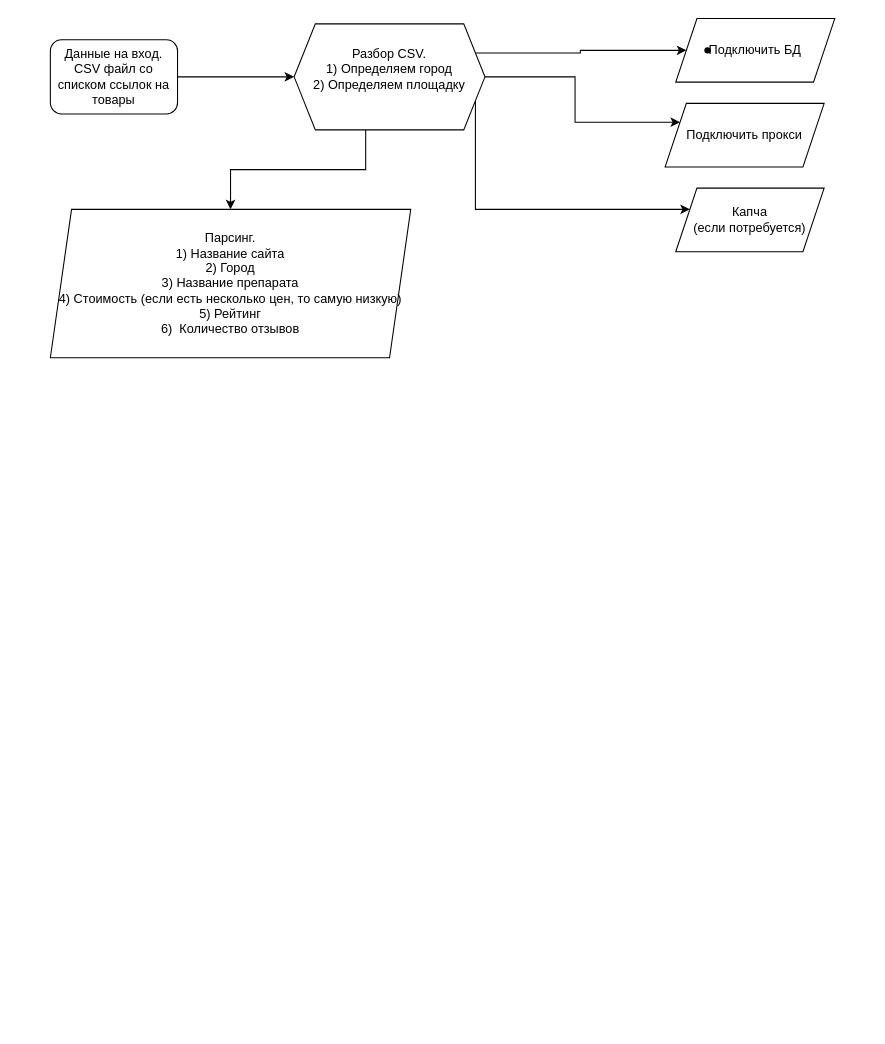
Above: Project.drawio in seikacu/drug_price_parser (draw.io), before the change. Source tidied: cells renumbered, new cells numbered last; positions are measured from the earlier drawing's top-left corner, leaving out a move shared by most shapes. Both pictures are drawn from the tidied source at 106%, with x=0, y=0 at pixel (50, 18).
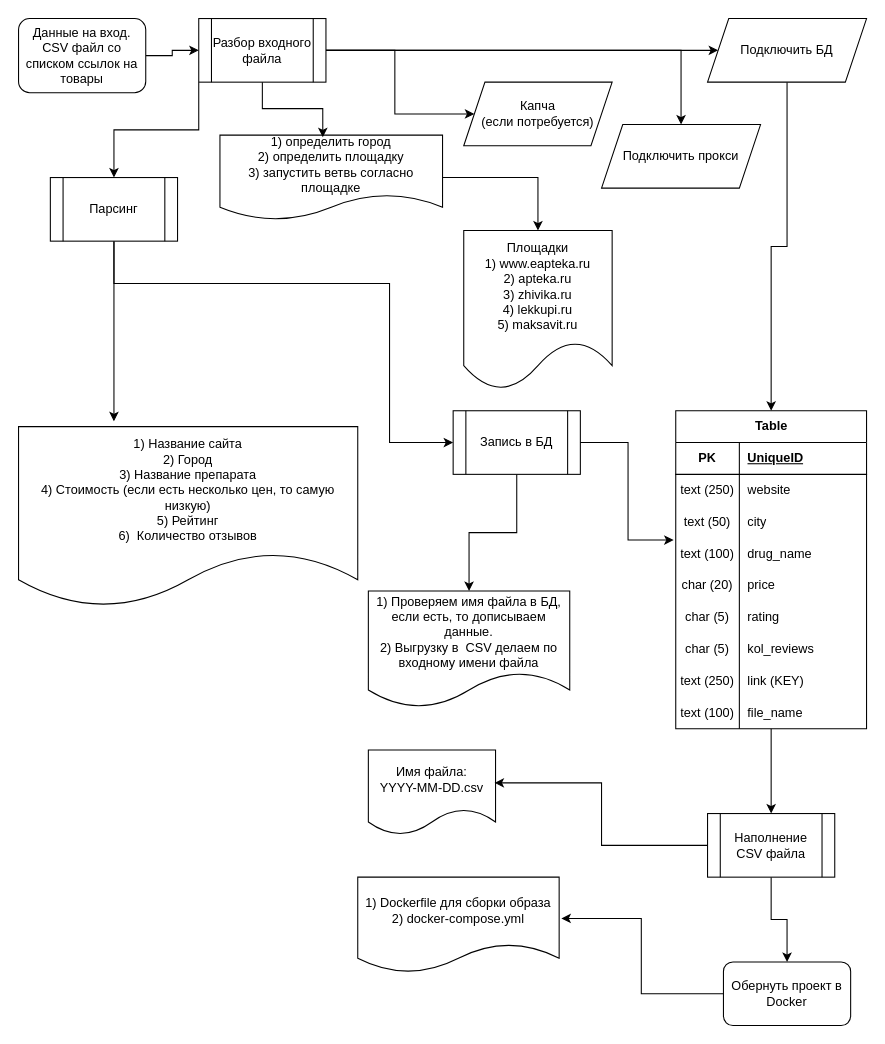
Above is the later version.

Diff of the diagram source:
```diff
@@
-    <mxCell id="2" style="edgeStyle=orthogonalEdgeStyle;rounded=0;jettySize=auto;html=1;" parent="1" edge="1" source="3" target="8">
-      <mxGeometry relative="1" as="geometry" />
-    </mxCell>
+    <mxCell id="14" style="edgeStyle=orthogonalEdgeStyle;rounded=0;jettySize=auto;html=1;exitX=1;exitY=0.5;exitDx=0;exitDy=0;entryX=0;entryY=0.5;entryDx=0;entryDy=0;" parent="1" edge="1" source="3" target="35">
+      <mxGeometry relative="1" as="geometry" />
+    </mxCell>
     <mxCell id="3" value="Данные на вход. CSV файл со списком ссылок на товары&lt;br&gt;" style="rounded=1;whiteSpace=wrap;html=1;fontSize=12;glass=0;strokeWidth=1;shadow=0;" parent="1" vertex="1">
-      <mxGeometry y="20" width="120" height="70" as="geometry" />
+      <mxGeometry x="-30" width="120" height="70" as="geometry" />
     </mxCell>
-    <mxCell id="4" style="edgeStyle=orthogonalEdgeStyle;rounded=0;jettySize=auto;html=1;exitX=1;exitY=0.25;exitDx=0;exitDy=0;entryX=0;entryY=0.5;entryDx=0;entryDy=0;" parent="1" edge="1" source="8" target="10">
-      <mxGeometry relative="1" as="geometry" />
-    </mxCell>
-    <mxCell id="5" style="edgeStyle=orthogonalEdgeStyle;rounded=0;jettySize=auto;html=1;exitX=1;exitY=0.5;exitDx=0;exitDy=0;entryX=0;entryY=0.25;entryDx=0;entryDy=0;" parent="1" edge="1" source="8" target="11">
-      <mxGeometry relative="1" as="geometry" />
-    </mxCell>
-    <mxCell id="6" style="edgeStyle=orthogonalEdgeStyle;rounded=0;jettySize=auto;html=1;exitX=1;exitY=0.75;exitDx=0;exitDy=0;" parent="1" edge="1" source="8" target="13">
-      <mxGeometry relative="1" as="geometry">
-        <Array as="points">
-          <mxPoint x="401" y="180" />
-        </Array>
-      </mxGeometry>
-    </mxCell>
-    <mxCell id="7" style="edgeStyle=orthogonalEdgeStyle;rounded=0;jettySize=auto;html=1;exitX=0.375;exitY=1;exitDx=0;exitDy=0;entryX=0.5;entryY=0;entryDx=0;entryDy=0;" parent="1" edge="1" source="8" target="9">
-      <mxGeometry relative="1" as="geometry" />
-    </mxCell>
-    <mxCell id="8" value="Разбор CSV.&lt;br style=&quot;border-color: var(--border-color);&quot;&gt;1) Определяем город&lt;br style=&quot;border-color: var(--border-color);&quot;&gt;2) Определяем площадку&lt;br style=&quot;border-color: var(--border-color);&quot;&gt;&amp;nbsp;" style="shape=hexagon;perimeter=hexagonPerimeter2;whiteSpace=wrap;html=1;fixedSize=1;" parent="1" vertex="1">
-      <mxGeometry x="230" y="5" width="180" height="100" as="geometry" />
-    </mxCell>
-    <mxCell id="9" value="Парсинг.&lt;br&gt;&lt;span style=&quot;background-color: initial;&quot;&gt;1)&amp;nbsp;Название сайта&lt;/span&gt;&lt;br&gt;&lt;div style=&quot;&quot;&gt;&lt;span style=&quot;background-color: initial;&quot;&gt;2)&amp;nbsp;Город&lt;/span&gt;&lt;/div&gt;&lt;div style=&quot;&quot;&gt;&lt;span style=&quot;background-color: initial;&quot;&gt;3)&amp;nbsp;Название препарата&lt;/span&gt;&lt;/div&gt;4)&amp;nbsp;Стоимость (если есть несколько цен, то самую низкую)&lt;br&gt;&lt;div style=&quot;&quot;&gt;5)&amp;nbsp;Рейтинг&lt;br&gt;&lt;/div&gt;&lt;div style=&quot;&quot;&gt;6)&amp;nbsp;&amp;nbsp;Количество отзывов&lt;br&gt;&lt;/div&gt;" style="shape=parallelogram;perimeter=parallelogramPerimeter;whiteSpace=wrap;html=1;fixedSize=1;" parent="1" vertex="1">
-      <mxGeometry y="180" width="340" height="140" as="geometry" />
-    </mxCell>
+    <mxCell id="15" style="edgeStyle=orthogonalEdgeStyle;rounded=0;jettySize=auto;html=1;entryX=0.5;entryY=0;entryDx=0;entryDy=0;" parent="1" edge="1" source="10" target="42">
+      <mxGeometry relative="1" as="geometry" />
+    </mxCell>
     <mxCell id="10" value="Подключить БД" style="shape=parallelogram;perimeter=parallelogramPerimeter;whiteSpace=wrap;html=1;fixedSize=1;" parent="1" vertex="1">
-      <mxGeometry x="590" width="150" height="60" as="geometry" />
+      <mxGeometry x="620" width="150" height="60" as="geometry" />
     </mxCell>
     <mxCell id="11" value="Подключить прокси" style="shape=parallelogram;perimeter=parallelogramPerimeter;whiteSpace=wrap;html=1;fixedSize=1;" parent="1" vertex="1">
-      <mxGeometry x="580" y="80" width="150" height="60" as="geometry" />
+      <mxGeometry x="520" y="100" width="150" height="60" as="geometry" />
     </mxCell>
-    <mxCell id="12" style="shape=waypoint;sketch=0;size=6;fillColor=default;perimeter=centerPerimeter;" parent="1" vertex="1">
-      <mxGeometry x="610" y="20" width="20" height="20" as="geometry" />
-    </mxCell>
     <mxCell id="13" value="Капча&lt;br&gt;(если потребуется)" style="shape=parallelogram;perimeter=parallelogramPerimeter;whiteSpace=wrap;html=1;fixedSize=1;" parent="1" vertex="1">
-      <mxGeometry x="590" y="160" width="140" height="60" as="geometry" />
+      <mxGeometry x="390" y="60" width="140" height="60" as="geometry" />
     </mxCell>
+    <mxCell id="16" style="edgeStyle=orthogonalEdgeStyle;rounded=0;jettySize=auto;html=1;entryX=0.5;entryY=0;entryDx=0;entryDy=0;" parent="1" edge="1" source="42" target="23">
+      <mxGeometry relative="1" as="geometry" />
+    </mxCell>
+    <mxCell id="17" style="edgeStyle=orthogonalEdgeStyle;rounded=0;orthogonalLoop=1;jettySize=auto;html=1;exitX=0.5;exitY=1;exitDx=0;exitDy=0;" parent="1" edge="1">
+      <mxGeometry relative="1" as="geometry">
+        <mxPoint x="170" y="320" as="sourcePoint" />
+        <mxPoint x="170" y="320" as="targetPoint" />
+      </mxGeometry>
+    </mxCell>
+    <mxCell id="18" style="edgeStyle=orthogonalEdgeStyle;rounded=0;jettySize=auto;html=1;exitX=0.5;exitY=1;exitDx=0;exitDy=0;entryX=0.5;entryY=0;entryDx=0;entryDy=0;" parent="1" edge="1" source="19" target="21">
+      <mxGeometry relative="1" as="geometry" />
+    </mxCell>
+    <mxCell id="19" value="Запись в БД" style="shape=process;whiteSpace=wrap;html=1;backgroundOutline=1;" parent="1" vertex="1">
+      <mxGeometry x="380" y="370" width="120" height="60" as="geometry" />
+    </mxCell>
+    <mxCell id="20" style="edgeStyle=orthogonalEdgeStyle;rounded=0;jettySize=auto;html=1;exitX=1;exitY=0.5;exitDx=0;exitDy=0;entryX=-0.011;entryY=0.067;entryDx=0;entryDy=0;entryPerimeter=0;" parent="1" edge="1" source="19" target="52">
+      <mxGeometry relative="1" as="geometry" />
+    </mxCell>
+    <mxCell id="21" value="1) Проверяем имя файла в БД, если есть, то дописываем данные.&lt;br&gt;2) Выгрузку в&amp;nbsp; CSV делаем по входному имени файла" style="shape=document;whiteSpace=wrap;html=1;boundedLbl=1;" parent="1" vertex="1">
+      <mxGeometry x="300" y="540" width="190" height="110" as="geometry" />
+    </mxCell>
+    <mxCell id="22" style="edgeStyle=orthogonalEdgeStyle;rounded=0;jettySize=auto;html=1;entryX=0.5;entryY=0;entryDx=0;entryDy=0;" parent="1" edge="1" source="23" target="30">
+      <mxGeometry relative="1" as="geometry" />
+    </mxCell>
+    <mxCell id="23" value="Наполнение CSV файла" style="shape=process;whiteSpace=wrap;html=1;backgroundOutline=1;" parent="1" vertex="1">
+      <mxGeometry x="620" y="750" width="120" height="60" as="geometry" />
+    </mxCell>
+    <mxCell id="24" value="1)&amp;nbsp;Название сайта&lt;br style=&quot;border-color: var(--border-color);&quot;&gt;&lt;div style=&quot;border-color: var(--border-color);&quot;&gt;&lt;span style=&quot;border-color: var(--border-color); background-color: initial;&quot;&gt;2)&amp;nbsp;Город&lt;/span&gt;&lt;/div&gt;&lt;div style=&quot;border-color: var(--border-color);&quot;&gt;&lt;span style=&quot;border-color: var(--border-color); background-color: initial;&quot;&gt;3)&amp;nbsp;Название препарата&lt;/span&gt;&lt;/div&gt;4)&amp;nbsp;Стоимость (если есть несколько цен, то самую низкую)&lt;br style=&quot;border-color: var(--border-color);&quot;&gt;&lt;div style=&quot;border-color: var(--border-color);&quot;&gt;5)&amp;nbsp;Рейтинг&lt;br style=&quot;border-color: var(--border-color);&quot;&gt;&lt;/div&gt;&lt;div style=&quot;border-color: var(--border-color);&quot;&gt;6)&amp;nbsp;&amp;nbsp;Количество отзывов&lt;/div&gt;" style="shape=document;whiteSpace=wrap;html=1;boundedLbl=1;" parent="1" vertex="1">
+      <mxGeometry x="-30" y="385" width="320" height="170" as="geometry" />
+    </mxCell>
+    <mxCell id="25" style="edgeStyle=orthogonalEdgeStyle;rounded=0;jettySize=auto;html=1;" parent="1" edge="1" source="27">
+      <mxGeometry relative="1" as="geometry">
+        <mxPoint x="60" y="380" as="targetPoint" />
+      </mxGeometry>
+    </mxCell>
+    <mxCell id="26" style="edgeStyle=orthogonalEdgeStyle;rounded=0;jettySize=auto;html=1;entryX=0;entryY=0.5;entryDx=0;entryDy=0;" parent="1" edge="1" source="27" target="19">
+      <mxGeometry relative="1" as="geometry">
+        <Array as="points">
+          <mxPoint x="60" y="250" />
+          <mxPoint x="320" y="250" />
+          <mxPoint x="320" y="400" />
+        </Array>
+      </mxGeometry>
+    </mxCell>
+    <mxCell id="27" value="Парсинг" style="shape=process;whiteSpace=wrap;html=1;backgroundOutline=1;" parent="1" vertex="1">
+      <mxGeometry y="150" width="120" height="60" as="geometry" />
+    </mxCell>
+    <mxCell id="28" value="Имя файла:&lt;br&gt;YYYY-MM-DD.csv" style="shape=document;whiteSpace=wrap;html=1;boundedLbl=1;" parent="1" vertex="1">
+      <mxGeometry x="300" y="690" width="120" height="80" as="geometry" />
+    </mxCell>
+    <mxCell id="29" style="edgeStyle=orthogonalEdgeStyle;rounded=0;jettySize=auto;html=1;exitX=0;exitY=0.5;exitDx=0;exitDy=0;entryX=0.992;entryY=0.388;entryDx=0;entryDy=0;entryPerimeter=0;" parent="1" edge="1" source="23" target="28">
+      <mxGeometry relative="1" as="geometry" />
+    </mxCell>
+    <mxCell id="30" value="Обернуть проект в Docker" style="rounded=1;whiteSpace=wrap;html=1;" parent="1" vertex="1">
+      <mxGeometry x="635" y="890" width="120" height="60" as="geometry" />
+    </mxCell>
+    <mxCell id="31" style="edgeStyle=orthogonalEdgeStyle;rounded=0;jettySize=auto;html=1;exitX=0;exitY=1;exitDx=0;exitDy=0;entryX=0.5;entryY=0;entryDx=0;entryDy=0;" parent="1" edge="1" source="35" target="27">
+      <mxGeometry relative="1" as="geometry" />
+    </mxCell>
+    <mxCell id="32" style="edgeStyle=orthogonalEdgeStyle;rounded=0;jettySize=auto;html=1;exitX=1;exitY=0.5;exitDx=0;exitDy=0;" parent="1" edge="1" source="35" target="10">
+      <mxGeometry relative="1" as="geometry" />
+    </mxCell>
+    <mxCell id="33" style="edgeStyle=orthogonalEdgeStyle;rounded=0;jettySize=auto;html=1;exitX=1;exitY=0.5;exitDx=0;exitDy=0;entryX=0.5;entryY=0;entryDx=0;entryDy=0;" parent="1" edge="1" source="35" target="11">
+      <mxGeometry relative="1" as="geometry" />
+    </mxCell>
+    <mxCell id="34" style="edgeStyle=orthogonalEdgeStyle;rounded=0;jettySize=auto;html=1;exitX=1;exitY=0.5;exitDx=0;exitDy=0;" parent="1" edge="1" source="35" target="13">
+      <mxGeometry relative="1" as="geometry" />
+    </mxCell>
+    <mxCell id="35" value="Разбор входного файла" style="shape=process;whiteSpace=wrap;html=1;backgroundOutline=1;" parent="1" vertex="1">
+      <mxGeometry x="140" width="120" height="60" as="geometry" />
+    </mxCell>
+    <mxCell id="36" style="edgeStyle=orthogonalEdgeStyle;rounded=0;jettySize=auto;html=1;entryX=0.5;entryY=0;entryDx=0;entryDy=0;" parent="1" edge="1" source="37" target="41">
+      <mxGeometry relative="1" as="geometry" />
+    </mxCell>
+    <mxCell id="37" value="1) определить город&lt;br&gt;2) определить площадку&lt;br&gt;3) запустить ветвь согласно площадке" style="shape=document;whiteSpace=wrap;html=1;boundedLbl=1;" parent="1" vertex="1">
+      <mxGeometry x="160" y="110" width="210" height="80" as="geometry" />
+    </mxCell>
+    <mxCell id="38" style="edgeStyle=orthogonalEdgeStyle;rounded=0;jettySize=auto;html=1;entryX=0.462;entryY=0.025;entryDx=0;entryDy=0;entryPerimeter=0;" parent="1" edge="1" source="35" target="37">
+      <mxGeometry relative="1" as="geometry" />
+    </mxCell>
+    <mxCell id="39" value="1) Dockerfile для сборки образа&lt;br&gt;2) docker-compose.yml" style="shape=document;whiteSpace=wrap;html=1;boundedLbl=1;" parent="1" vertex="1">
+      <mxGeometry x="290" y="810" width="190" height="90" as="geometry" />
+    </mxCell>
+    <mxCell id="40" style="edgeStyle=orthogonalEdgeStyle;rounded=0;jettySize=auto;html=1;exitX=0;exitY=0.5;exitDx=0;exitDy=0;entryX=1.011;entryY=0.433;entryDx=0;entryDy=0;entryPerimeter=0;" parent="1" edge="1" source="30" target="39">
+      <mxGeometry relative="1" as="geometry" />
+    </mxCell>
+    <mxCell id="41" value="Площадки&lt;br&gt;1)&amp;nbsp;www.eapteka.ru&lt;br&gt;2)&amp;nbsp;apteka.ru&lt;br&gt;3) zhivika.ru&lt;br&gt;4)&amp;nbsp;lekkupi.ru&lt;br&gt;5)&amp;nbsp;maksavit.ru" style="shape=document;whiteSpace=wrap;html=1;boundedLbl=1;" parent="1" vertex="1">
+      <mxGeometry x="390" y="200" width="140" height="150" as="geometry" />
+    </mxCell>
+    <mxCell id="42" value="Table" style="shape=table;startSize=30;childLayout=tableLayout;rowLines=0;fontStyle=1;align=center;html=1;" parent="1" vertex="1">
+      <mxGeometry x="590" y="370" width="180" height="300" as="geometry" />
+    </mxCell>
+    <mxCell id="43" style="shape=tableRow;horizontal=0;startSize=0;swimlaneHead=0;swimlaneBody=0;fillColor=none;top=0;left=0;right=0;bottom=1;" parent="42" vertex="1">
+      <mxGeometry y="30" width="180" height="30" as="geometry" />
+    </mxCell>
+    <mxCell id="44" value="PK" style="shape=partialRectangle;fillColor=none;top=0;left=0;bottom=0;right=0;fontStyle=1;overflow=hidden;whiteSpace=wrap;html=1;" parent="43" vertex="1">
+      <mxGeometry width="60" height="30" as="geometry" />
+    </mxCell>
+    <mxCell id="45" value="UniqueID" style="shape=partialRectangle;fillColor=none;top=0;left=0;bottom=0;right=0;align=left;spacingLeft=6;fontStyle=5;overflow=hidden;whiteSpace=wrap;html=1;" parent="43" vertex="1">
+      <mxGeometry x="60" width="120" height="30" as="geometry" />
+    </mxCell>
+    <mxCell id="46" style="shape=tableRow;horizontal=0;startSize=0;swimlaneHead=0;swimlaneBody=0;fillColor=none;top=0;left=0;right=0;bottom=0;" parent="42" vertex="1">
+      <mxGeometry y="60" width="180" height="30" as="geometry" />
+    </mxCell>
+    <mxCell id="47" value="text (250)" style="shape=partialRectangle;fillColor=none;top=0;left=0;bottom=0;right=0;overflow=hidden;whiteSpace=wrap;html=1;" parent="46" vertex="1">
+      <mxGeometry width="60" height="30" as="geometry" />
+    </mxCell>
+    <mxCell id="48" value="website" style="shape=partialRectangle;fillColor=none;top=0;left=0;bottom=0;right=0;align=left;spacingLeft=6;overflow=hidden;whiteSpace=wrap;html=1;" parent="46" vertex="1">
+      <mxGeometry x="60" width="120" height="30" as="geometry" />
+    </mxCell>
+    <mxCell id="49" style="shape=tableRow;horizontal=0;startSize=0;swimlaneHead=0;swimlaneBody=0;fillColor=none;top=0;left=0;right=0;bottom=0;" parent="42" vertex="1">
+      <mxGeometry y="90" width="180" height="30" as="geometry" />
+    </mxCell>
+    <mxCell id="50" value="text (50)" style="shape=partialRectangle;fillColor=none;top=0;left=0;bottom=0;right=0;overflow=hidden;whiteSpace=wrap;html=1;" parent="49" vertex="1">
+      <mxGeometry width="60" height="30" as="geometry" />
+    </mxCell>
+    <mxCell id="51" value="city" style="shape=partialRectangle;fillColor=none;top=0;left=0;bottom=0;right=0;align=left;spacingLeft=6;overflow=hidden;whiteSpace=wrap;html=1;" parent="49" vertex="1">
+      <mxGeometry x="60" width="120" height="30" as="geometry" />
+    </mxCell>
+    <mxCell id="52" style="shape=tableRow;horizontal=0;startSize=0;swimlaneHead=0;swimlaneBody=0;fillColor=none;points=[[0,0.5],[1,0.5]];portConstraint=eastwest;top=0;left=0;right=0;bottom=0;" parent="42" vertex="1">
+      <mxGeometry y="120" width="180" height="30" as="geometry" />
+    </mxCell>
+    <mxCell id="53" value="text (100)" style="shape=partialRectangle;fillColor=none;top=0;left=0;bottom=0;right=0;overflow=hidden;whiteSpace=wrap;html=1;" parent="52" vertex="1">
+      <mxGeometry width="60" height="30" as="geometry" />
+    </mxCell>
+    <mxCell id="54" value="drug_name" style="shape=partialRectangle;fillColor=none;top=0;left=0;bottom=0;right=0;align=left;spacingLeft=6;overflow=hidden;whiteSpace=wrap;html=1;" parent="52" vertex="1">
+      <mxGeometry x="60" width="120" height="30" as="geometry" />
+    </mxCell>
+    <mxCell id="55" style="shape=tableRow;horizontal=0;startSize=0;swimlaneHead=0;swimlaneBody=0;fillColor=none;top=0;left=0;right=0;bottom=0;" parent="42" vertex="1">
+      <mxGeometry y="150" width="180" height="30" as="geometry" />
+    </mxCell>
+    <mxCell id="56" value="char (20)" style="shape=partialRectangle;fillColor=none;top=0;left=0;bottom=0;right=0;overflow=hidden;whiteSpace=wrap;html=1;" parent="55" vertex="1">
+      <mxGeometry width="60" height="30" as="geometry" />
+    </mxCell>
+    <mxCell id="57" value="price" style="shape=partialRectangle;fillColor=none;top=0;left=0;bottom=0;right=0;align=left;spacingLeft=6;overflow=hidden;whiteSpace=wrap;html=1;" parent="55" vertex="1">
+      <mxGeometry x="60" width="120" height="30" as="geometry" />
+    </mxCell>
+    <mxCell id="58" style="shape=tableRow;horizontal=0;startSize=0;swimlaneHead=0;swimlaneBody=0;fillColor=none;top=0;left=0;right=0;bottom=0;" parent="42" vertex="1">
+      <mxGeometry y="180" width="180" height="30" as="geometry" />
+    </mxCell>
+    <mxCell id="59" value="char (5)" style="shape=partialRectangle;fillColor=none;top=0;left=0;bottom=0;right=0;overflow=hidden;whiteSpace=wrap;html=1;" parent="58" vertex="1">
+      <mxGeometry width="60" height="30" as="geometry" />
+    </mxCell>
+    <mxCell id="60" value="rating" style="shape=partialRectangle;fillColor=none;top=0;left=0;bottom=0;right=0;align=left;spacingLeft=6;overflow=hidden;whiteSpace=wrap;html=1;" parent="58" vertex="1">
+      <mxGeometry x="60" width="120" height="30" as="geometry" />
+    </mxCell>
+    <mxCell id="61" style="shape=tableRow;horizontal=0;startSize=0;swimlaneHead=0;swimlaneBody=0;fillColor=none;top=0;left=0;right=0;bottom=0;" parent="42" vertex="1">
+      <mxGeometry y="210" width="180" height="30" as="geometry" />
+    </mxCell>
+    <mxCell id="62" value="char (5)" style="shape=partialRectangle;fillColor=none;top=0;left=0;bottom=0;right=0;overflow=hidden;whiteSpace=wrap;html=1;" parent="61" vertex="1">
+      <mxGeometry width="60" height="30" as="geometry" />
+    </mxCell>
+    <mxCell id="63" value="kol_reviews" style="shape=partialRectangle;fillColor=none;top=0;left=0;bottom=0;right=0;align=left;spacingLeft=6;overflow=hidden;whiteSpace=wrap;html=1;" parent="61" vertex="1">
+      <mxGeometry x="60" width="120" height="30" as="geometry" />
+    </mxCell>
+    <mxCell id="64" style="shape=tableRow;horizontal=0;startSize=0;swimlaneHead=0;swimlaneBody=0;fillColor=none;top=0;left=0;right=0;bottom=0;" parent="42" vertex="1">
+      <mxGeometry y="240" width="180" height="30" as="geometry" />
+    </mxCell>
+    <mxCell id="65" value="text (250)" style="shape=partialRectangle;fillColor=none;top=0;left=0;bottom=0;right=0;overflow=hidden;whiteSpace=wrap;html=1;" parent="64" vertex="1">
+      <mxGeometry width="60" height="30" as="geometry" />
+    </mxCell>
+    <mxCell id="66" value="link (KEY)" style="shape=partialRectangle;fillColor=none;top=0;left=0;bottom=0;right=0;align=left;spacingLeft=6;overflow=hidden;whiteSpace=wrap;html=1;" parent="64" vertex="1">
+      <mxGeometry x="60" width="120" height="30" as="geometry" />
+    </mxCell>
+    <mxCell id="67" style="shape=tableRow;horizontal=0;startSize=0;swimlaneHead=0;swimlaneBody=0;fillColor=none;top=0;left=0;right=0;bottom=0;" parent="42" vertex="1">
+      <mxGeometry y="270" width="180" height="30" as="geometry" />
+    </mxCell>
+    <mxCell id="68" value="text (100)" style="shape=partialRectangle;fillColor=none;top=0;left=0;bottom=0;right=0;overflow=hidden;whiteSpace=wrap;html=1;" parent="67" vertex="1">
+      <mxGeometry width="60" height="30" as="geometry" />
+    </mxCell>
+    <mxCell id="69" value="file_name" style="shape=partialRectangle;fillColor=none;top=0;left=0;bottom=0;right=0;align=left;spacingLeft=6;overflow=hidden;whiteSpace=wrap;html=1;" parent="67" vertex="1">
+      <mxGeometry x="60" width="120" height="30" as="geometry" />
+    </mxCell>
```
